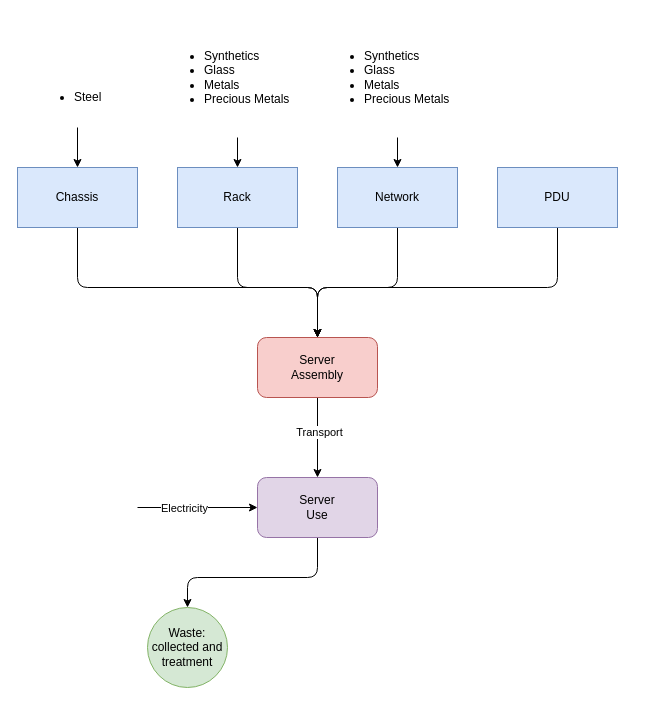
Before: page "Server" (1 of 5) of process/hardware_KUL.drawio in Tfloow/Ecodesign, a draw.io diagram. Source tidied: cells renumbered, new cells numbered last; positions are measured from the earlier drawing's top-left corner, leaving out a move shared by most shapes. Both pictures are drawn from the tidied source at 100%, with x=0, y=0 at pixel (17, 17).
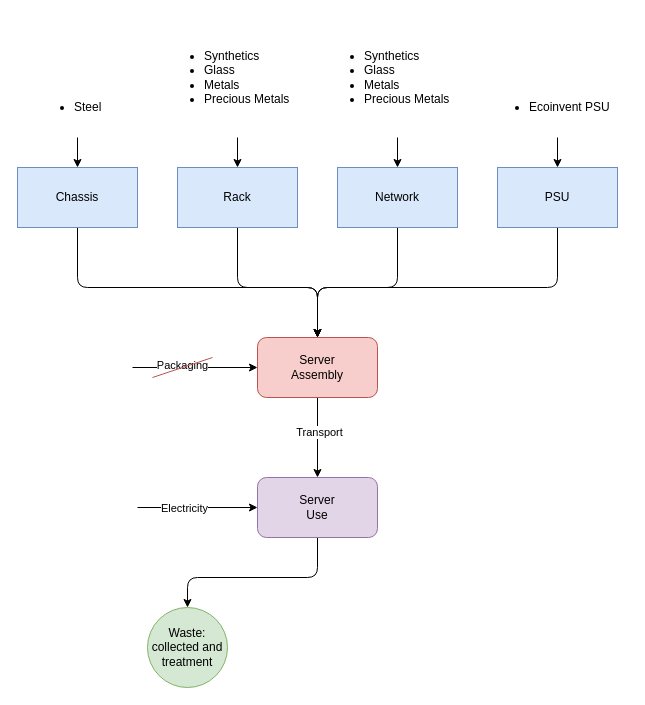
Above is the later version.

Commit message:
scope definition KUL

The change refers to these unchanged cells:
```xml
<mxCell id="4" value="Server&lt;br&gt;Assembly" style="rounded=1;whiteSpace=wrap;html=1;fillColor=#f8cecc;strokeColor=#b85450;" parent="1" vertex="1">
  <mxGeometry x="240" y="320" width="120" height="60" as="geometry" />
</mxCell>
```

The edit, as a diff of the source:
```diff
@@
-    <mxCell id="12" value="PDU" style="rounded=0;whiteSpace=wrap;html=1;fillColor=#dae8fc;strokeColor=#6c8ebf;" parent="1" vertex="1">
+    <mxCell id="12" value="PSU" style="rounded=0;whiteSpace=wrap;html=1;fillColor=#dae8fc;strokeColor=#6c8ebf;" parent="1" vertex="1">
       <mxGeometry x="480" y="150" width="120" height="60" as="geometry" />
     </mxCell>
@@
     <mxCell id="14" value="&lt;ul&gt;&lt;li&gt;Steel&lt;/li&gt;&lt;/ul&gt;" style="text;html=1;align=left;verticalAlign=middle;points=[];strokeColor=none;fillColor=none;" parent="1" vertex="1">
-      <mxGeometry x="15" y="50" width="90" height="60" as="geometry" />
+      <mxGeometry x="15" y="60" width="90" height="60" as="geometry" />
     </mxCell>
@@
+    <mxCell id="24" style="edgeStyle=none;html=1;entryX=0.5;entryY=0;entryDx=0;entryDy=0;" parent="1" edge="1" source="25" target="12">
+      <mxGeometry relative="1" as="geometry" />
+    </mxCell>
+    <mxCell id="25" value="&lt;ul&gt;&lt;li&gt;Ecoinvent PSU&lt;/li&gt;&lt;/ul&gt;" style="text;html=1;align=left;verticalAlign=middle;points=[];strokeColor=none;fillColor=none;" parent="1" vertex="1">
+      <mxGeometry x="470" y="60" width="140" height="60" as="geometry" />
+    </mxCell>
+    <mxCell id="26" style="edgeStyle=none;jettySize=auto;html=1;entryX=0;entryY=0.5;entryDx=0;entryDy=0;" parent="1" edge="1" target="4">
+      <mxGeometry relative="1" as="geometry">
+        <mxPoint x="115" y="350" as="sourcePoint" />
+      </mxGeometry>
+    </mxCell>
+    <mxCell id="27" value="Packaging" style="edgeLabel;html=1;align=center;verticalAlign=middle;" parent="26" vertex="1">
+      <mxGeometry x="-0.22" y="3" relative="1" as="geometry" />
+    </mxCell>
+    <mxCell id="28" style="endArrow=none;html=1;fillColor=#f8cecc;strokeColor=#b85450;" parent="1" edge="1">
+      <mxGeometry relative="1" as="geometry">
+        <mxPoint x="135" y="360" as="sourcePoint" />
+        <mxPoint x="195" y="340" as="targetPoint" />
+      </mxGeometry>
+    </mxCell>
```
